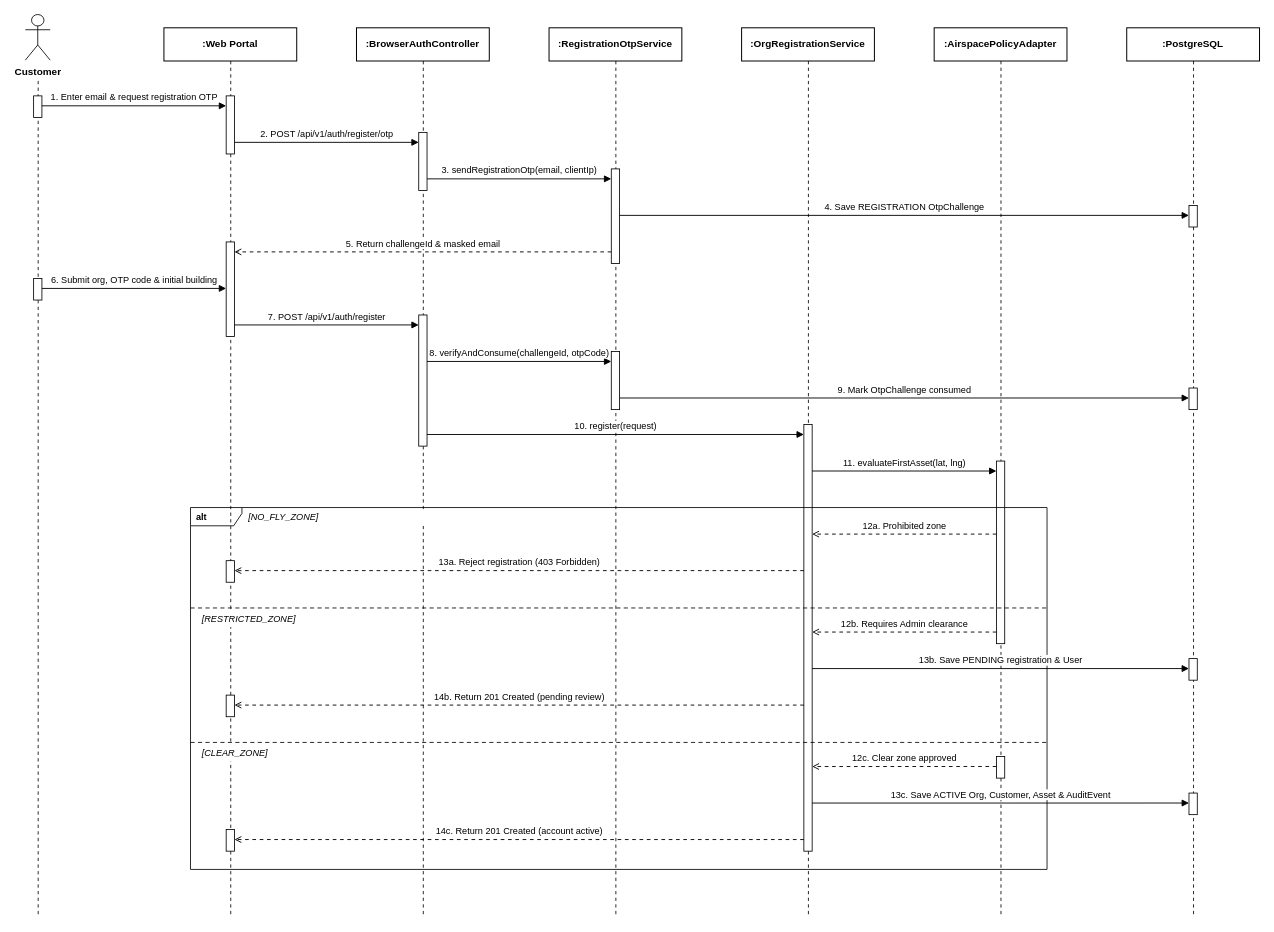
This is page "FE-01A - Customer Registration" (1 of 26) of diagrams/smartdrone-sequence-diagrams.drawio from tungbach12/SmartDroneInspection-Docs, a draw.io file, before an edit. Source tidied: cells renumbered, new cells numbered last; positions are measured from the earlier drawing's top-left corner, leaving out a move shared by most shapes. Both pictures are drawn from the tidied source at 83%, with x=0, y=0 at pixel (25, 14).
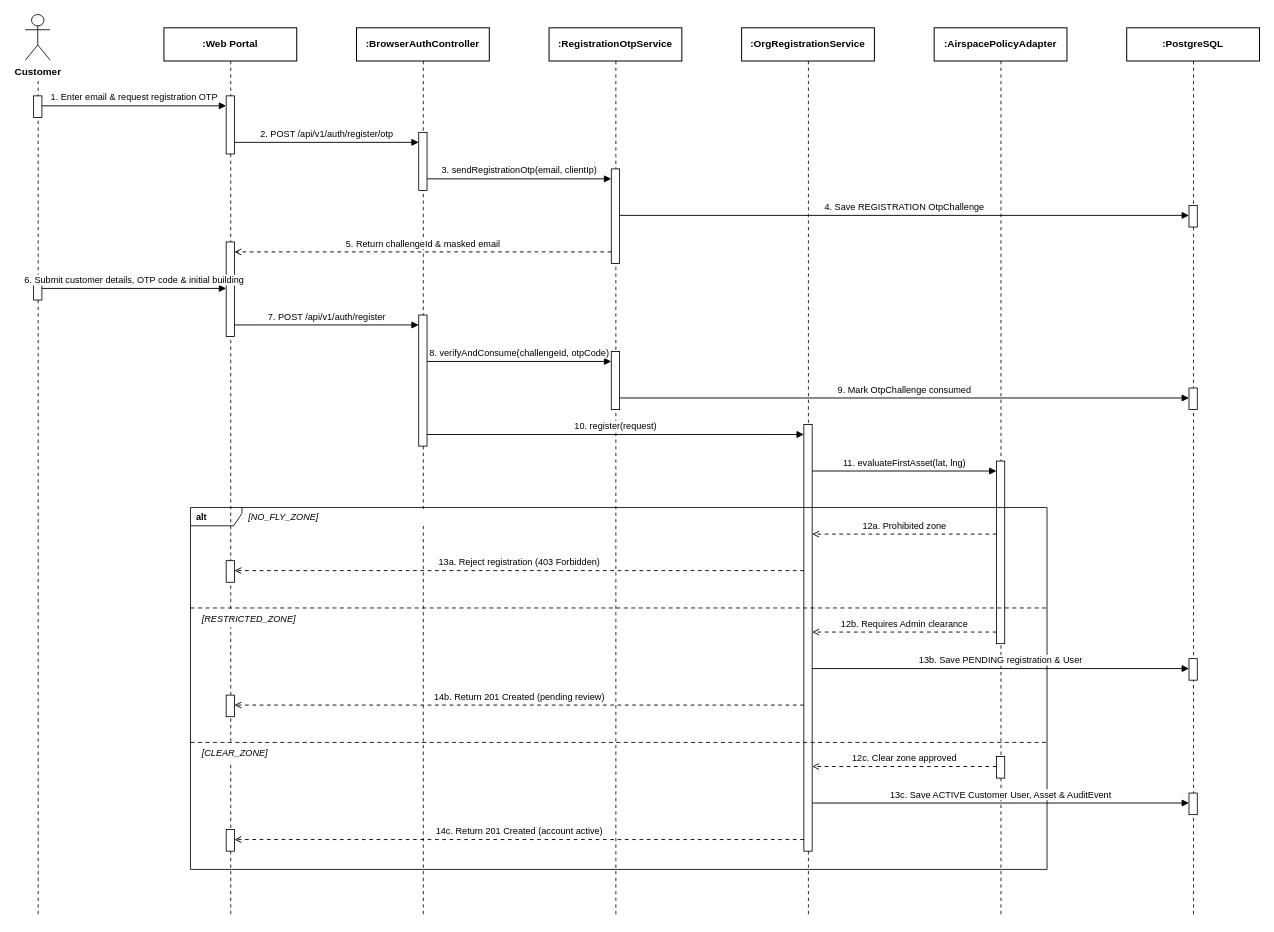
The same diagram, later.

The change refers to these unchanged cells:
```xml
<mxCell id="17" style="rounded=0;whiteSpace=wrap;html=1;fillColor=#ffffff;strokeColor=#000000;strokeWidth=1;" parent="1" vertex="1">
  <mxGeometry x="10" y="318" width="10" height="26" as="geometry" />
</mxCell>
<mxCell id="19" style="rounded=0;whiteSpace=wrap;html=1;fillColor=#ffffff;strokeColor=#000000;strokeWidth=1;" parent="1" vertex="1">
  <mxGeometry x="242" y="274" width="10" height="114" as="geometry" />
</mxCell>
<mxCell id="27" style="rounded=0;whiteSpace=wrap;html=1;fillColor=#ffffff;strokeColor=#000000;strokeWidth=1;" parent="1" vertex="1">
  <mxGeometry x="938" y="494" width="10" height="514" as="geometry" />
</mxCell>
<mxCell id="33" style="rounded=0;whiteSpace=wrap;html=1;fillColor=#ffffff;strokeColor=#000000;strokeWidth=1;" parent="1" vertex="1">
  <mxGeometry x="1402" y="938" width="10" height="26" as="geometry" />
</mxCell>
```

The edit, as a diff of the source:
```diff
@@
-    <mxCell id="45" value="6. Submit org, OTP code &amp;amp; initial building" style="edgeStyle=orthogonalEdgeStyle;rounded=0;html=1;endArrow=block;endFill=1;strokeColor=#000000;strokeWidth=1.1;fontColor=#000000;fontFamily=Helvetica;fontSize=11;labelBackgroundColor=#ffffff;exitX=1;exitY=0.4615;exitDx=0;exitDy=0;entryX=0;entryY=0.4912;entryDx=0;entryDy=0;" parent="1" edge="1" source="17" target="19">
+    <mxCell id="45" value="6. Submit customer details, OTP code &amp; initial building" style="edgeStyle=orthogonalEdgeStyle;rounded=0;html=1;endArrow=block;endFill=1;strokeColor=#000000;strokeWidth=1.1;fontColor=#000000;fontFamily=Helvetica;fontSize=11;labelBackgroundColor=#ffffff;exitX=1;exitY=0.4615;exitDx=0;exitDy=0;entryX=0;entryY=0.4912;entryDx=0;entryDy=0;" parent="1" edge="1" source="17" target="19">
       <mxGeometry relative="1" as="geometry">
         <mxPoint y="-10" as="offset" />
       </mxGeometry>
     </mxCell>
@@
-    <mxCell id="57" value="13c. Save ACTIVE Org, Customer, Asset &amp;amp; AuditEvent" style="edgeStyle=orthogonalEdgeStyle;rounded=0;html=1;endArrow=block;endFill=1;strokeColor=#000000;strokeWidth=1.1;fontColor=#000000;fontFamily=Helvetica;fontSize=11;labelBackgroundColor=#ffffff;exitX=1;exitY=0.8872;exitDx=0;exitDy=0;entryX=0;entryY=0.4615;entryDx=0;entryDy=0;" parent="1" edge="1" source="27" target="33">
+    <mxCell id="57" value="13c. Save ACTIVE Customer User, Asset &amp; AuditEvent" style="edgeStyle=orthogonalEdgeStyle;rounded=0;html=1;endArrow=block;endFill=1;strokeColor=#000000;strokeWidth=1.1;fontColor=#000000;fontFamily=Helvetica;fontSize=11;labelBackgroundColor=#ffffff;exitX=1;exitY=0.8872;exitDx=0;exitDy=0;entryX=0;entryY=0.4615;entryDx=0;entryDy=0;" parent="1" edge="1" source="27" target="33">
       <mxGeometry relative="1" as="geometry">
         <mxPoint y="-10" as="offset" />
       </mxGeometry>
     </mxCell>
```
